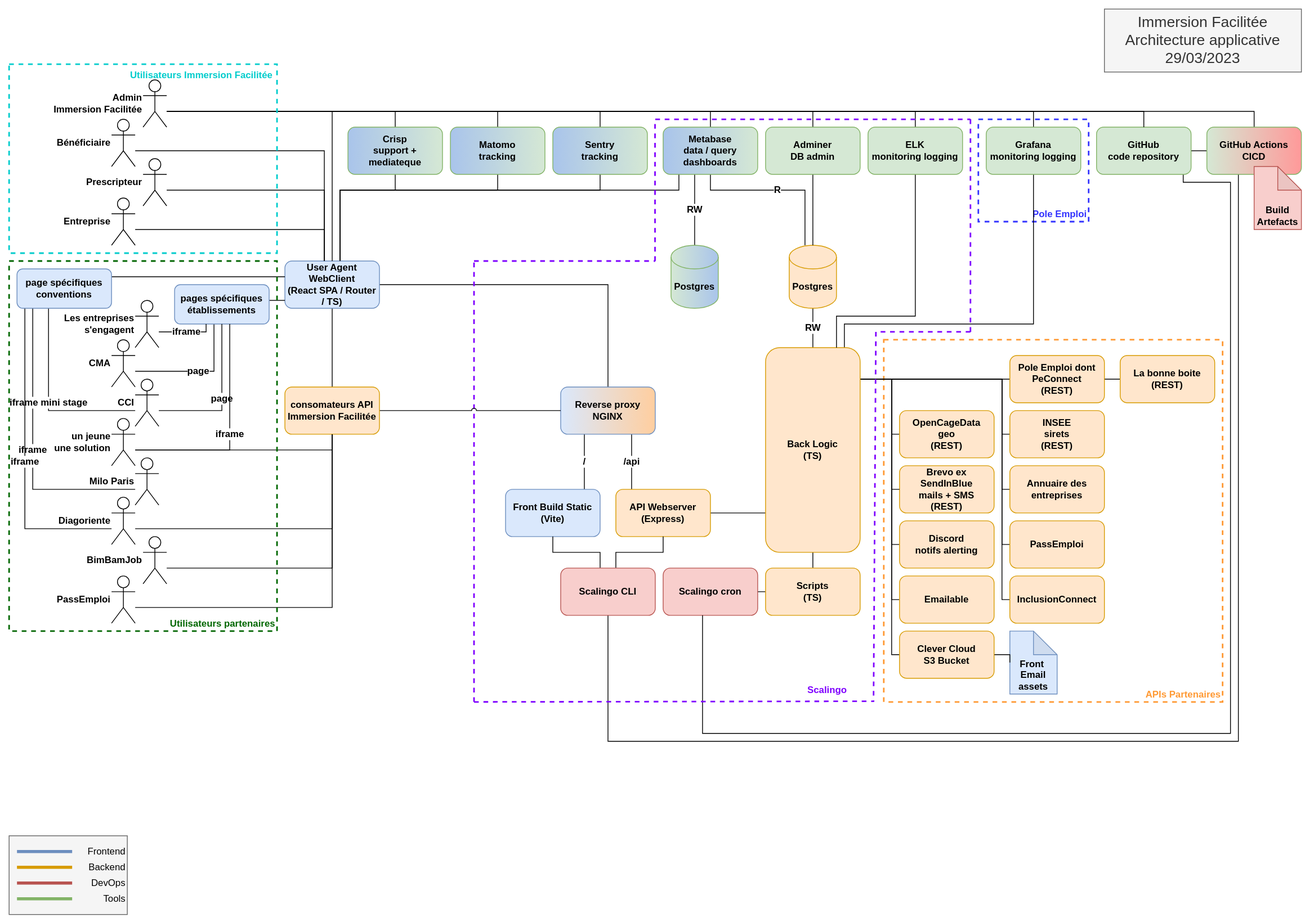
Above: doc/adr/application-architecture.svg in gip-inclusion/immersion-facile (draw.io), before the change. Source tidied: cells renumbered, new cells last; positions are measured from the earlier drawing's top-left corner, leaving out a move shared by most shapes.
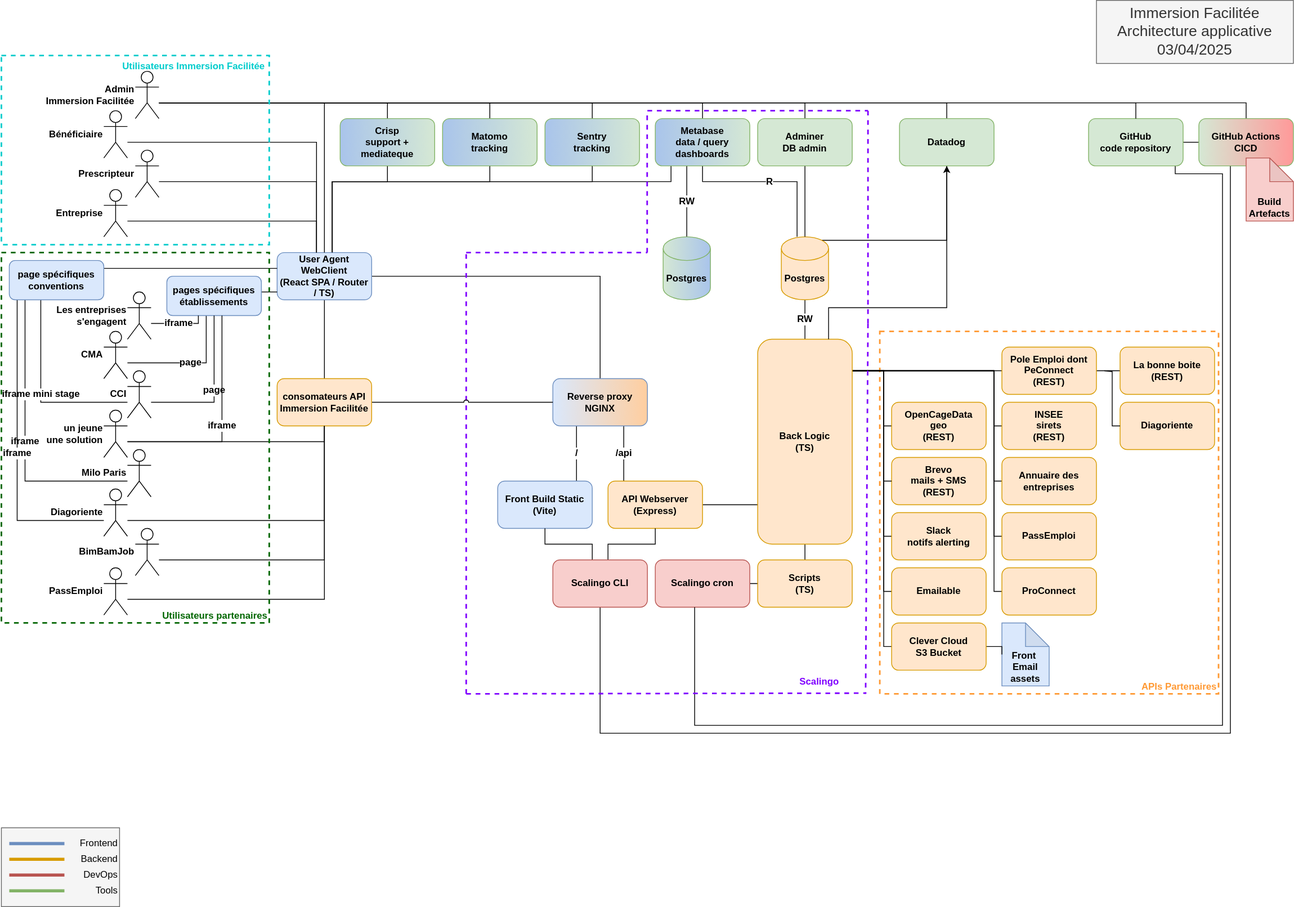
Later version of the same file.

Commit message:
update applaction-architecture schema

Change to the diagram source:
```diff
@@ -2,11 +2,8 @@
   <root>
     <mxCell id="0" />
     <mxCell id="1" parent="0" />
-    <mxCell id="2" value="Pole Emploi" style="rounded=0;whiteSpace=wrap;html=1;dashed=1;strokeColor=#3333FF;strokeWidth=2;fontSize=12;fontColor=#3333FF;fillColor=none;align=right;verticalAlign=bottom;fontStyle=1;" parent="1" vertex="1">
-      <mxGeometry x="1230" y="140" width="140" height="130" as="geometry" />
-    </mxCell>
     <mxCell id="3" value="APIs Partenaires" style="rounded=0;whiteSpace=wrap;html=1;dashed=1;strokeColor=#FF9933;strokeWidth=2;fontSize=12;fontColor=#FF9933;fillColor=none;align=right;verticalAlign=bottom;fontStyle=1;" parent="1" vertex="1">
-      <mxGeometry x="1110" y="420" width="430" height="460" as="geometry" />
+      <mxGeometry x="1115" y="420" width="430" height="460" as="geometry" />
     </mxCell>
     <mxCell id="4" style="edgeStyle=orthogonalEdgeStyle;rounded=0;jettySize=auto;html=1;endArrow=none;endFill=0;fontSize=12;fontStyle=1;" parent="1" edge="1" source="9" target="12">
       <mxGeometry relative="1" as="geometry">
@@ -126,12 +123,12 @@
       <mxGeometry x="1270" y="440" width="120" height="60" as="geometry" />
     </mxCell>
     <mxCell id="24" value="La bonne boite&lt;br style=&quot;font-size: 12px;&quot;&gt;(REST)" style="rounded=1;whiteSpace=wrap;html=1;fontSize=12;fontStyle=1;fillColor=#ffe6cc;strokeColor=#d79b00;" parent="1" vertex="1">
-      <mxGeometry x="1410" y="440" width="120" height="60" as="geometry" />
+      <mxGeometry x="1420" y="440" width="120" height="60" as="geometry" />
     </mxCell>
     <mxCell id="25" value="OpenCageData&lt;br style=&quot;font-size: 12px;&quot;&gt;geo&lt;br style=&quot;font-size: 12px;&quot;&gt;(REST)" style="rounded=1;whiteSpace=wrap;html=1;fontSize=12;fontStyle=1;fillColor=#ffe6cc;strokeColor=#d79b00;" parent="1" vertex="1">
       <mxGeometry x="1130" y="510" width="120" height="60" as="geometry" />
     </mxCell>
-    <mxCell id="26" value="Brevo ex SendInBlue&lt;br style=&quot;font-size: 12px;&quot;&gt;mails + SMS&lt;br style=&quot;font-size: 12px;&quot;&gt;(REST)" style="rounded=1;whiteSpace=wrap;html=1;fontSize=12;fontStyle=1;fillColor=#ffe6cc;strokeColor=#d79b00;" parent="1" vertex="1">
+    <mxCell id="26" value="Brevo&lt;br style=&quot;font-size: 12px;&quot;&gt;mails + SMS&lt;br style=&quot;font-size: 12px;&quot;&gt;(REST)" style="rounded=1;whiteSpace=wrap;html=1;fontSize=12;fontStyle=1;fillColor=#ffe6cc;strokeColor=#d79b00;" parent="1" vertex="1">
       <mxGeometry x="1130" y="580" width="120" height="60" as="geometry" />
     </mxCell>
     <mxCell id="27" style="edgeStyle=orthogonalEdgeStyle;rounded=0;jettySize=auto;html=1;endArrow=none;endFill=0;fontSize=12;fontStyle=1;" parent="1" edge="1" source="28" target="30">
@@ -182,14 +179,6 @@
         </Array>
       </mxGeometry>
     </mxCell>
-    <mxCell id="35" style="edgeStyle=orthogonalEdgeStyle;rounded=0;jettySize=auto;html=1;strokeColor=#000000;strokeWidth=1;fontSize=12;fontColor=#000000;endArrow=none;endFill=0;fontStyle=1;" parent="1" edge="1" source="41" target="84">
-      <mxGeometry relative="1" as="geometry">
-        <Array as="points">
-          <mxPoint x="1060" y="400" />
-          <mxPoint x="1300" y="400" />
-        </Array>
-      </mxGeometry>
-    </mxCell>
     <mxCell id="36" style="edgeStyle=orthogonalEdgeStyle;rounded=0;jumpStyle=arc;jettySize=auto;html=1;strokeColor=#000000;strokeWidth=1;fontSize=12;fontColor=#7F00FF;endArrow=none;endFill=0;fontStyle=1;" parent="1" edge="1" source="41" target="86">
       <mxGeometry relative="1" as="geometry">
         <Array as="points">
@@ -264,7 +253,7 @@
     <mxCell id="46" style="edgeStyle=orthogonalEdgeStyle;rounded=0;jettySize=auto;html=1;endArrow=none;endFill=0;fontSize=12;fontStyle=1;" parent="1" edge="1" source="51" target="62">
       <mxGeometry relative="1" as="geometry">
         <Array as="points">
-          <mxPoint x="1150" y="130" />
+          <mxPoint x="1200" y="130" />
         </Array>
       </mxGeometry>
     </mxCell>
@@ -282,13 +271,6 @@
         </Array>
       </mxGeometry>
     </mxCell>
-    <mxCell id="49" style="edgeStyle=orthogonalEdgeStyle;rounded=0;jettySize=auto;html=1;strokeColor=#000000;strokeWidth=1;fontSize=12;fontColor=#000000;endArrow=none;endFill=0;fontStyle=1;" parent="1" edge="1" source="51" target="84">
-      <mxGeometry relative="1" as="geometry">
-        <Array as="points">
-          <mxPoint x="1300" y="130" />
-        </Array>
-      </mxGeometry>
-    </mxCell>
     <mxCell id="50" style="edgeStyle=orthogonalEdgeStyle;rounded=0;jumpStyle=arc;jettySize=auto;html=1;strokeColor=#000000;strokeWidth=1;fontSize=12;fontColor=#000000;endArrow=none;endFill=0;fontStyle=1;" parent="1" edge="1" source="51" target="74">
       <mxGeometry relative="1" as="geometry">
         <Array as="points">
@@ -345,17 +327,20 @@
     <mxCell id="60" value="INSEE&lt;br style=&quot;font-size: 12px;&quot;&gt;sirets&lt;br style=&quot;font-size: 12px;&quot;&gt;(REST)" style="rounded=1;whiteSpace=wrap;html=1;fontSize=12;fontStyle=1;fillColor=#ffe6cc;strokeColor=#d79b00;" parent="1" vertex="1">
       <mxGeometry x="1270" y="510" width="120" height="60" as="geometry" />
     </mxCell>
-    <mxCell id="61" style="edgeStyle=orthogonalEdgeStyle;rounded=0;jettySize=auto;html=1;endArrow=none;endFill=0;fontSize=12;fontStyle=1;" parent="1" edge="1" source="62" target="41">
+    <mxCell id="61" style="edgeStyle=orthogonalEdgeStyle;rounded=0;jettySize=auto;html=1;endArrow=none;endFill=0;fontSize=12;fontStyle=1;exitX=0.5;exitY=1;exitDx=0;exitDy=0;" parent="1" edge="1" source="62" target="41">
       <mxGeometry relative="1" as="geometry">
         <Array as="points">
-          <mxPoint x="1150" y="390" />
+          <mxPoint x="1200" y="390" />
           <mxPoint x="1050" y="390" />
         </Array>
       </mxGeometry>
     </mxCell>
-    <mxCell id="62" value="ELK&lt;br style=&quot;font-size: 12px;&quot;&gt;monitoring logging" style="rounded=1;whiteSpace=wrap;html=1;fontSize=12;fontStyle=1;fillColor=#d5e8d4;strokeColor=#82b366;" parent="1" vertex="1">
-      <mxGeometry x="1090" y="150" width="120" height="60" as="geometry" />
+    <mxCell id="62" value="Datadog&lt;br style=&quot;font-size: 12px;&quot;&gt;" style="rounded=1;whiteSpace=wrap;html=1;fontSize=12;fontStyle=1;fillColor=#d5e8d4;strokeColor=#82b366;" parent="1" vertex="1">
+      <mxGeometry x="1140" y="150" width="120" height="60" as="geometry" />
     </mxCell>
+    <mxCell id="133" style="edgeStyle=orthogonalEdgeStyle;rounded=0;jettySize=auto;html=1;exitX=0.855;exitY=0;exitDx=0;exitDy=4.35;exitPerimeter=0;entryX=0.5;entryY=1;entryDx=0;entryDy=0;" parent="1" edge="1" source="63" target="62">
+      <mxGeometry relative="1" as="geometry" />
+    </mxCell>
     <mxCell id="63" value="Postgres" style="shape=cylinder3;whiteSpace=wrap;html=1;boundedLbl=1;backgroundOutline=1;size=15;fontSize=12;fontStyle=1;fillColor=#ffe6cc;strokeColor=#d79b00;" parent="1" vertex="1">
       <mxGeometry x="990" y="300" width="60" height="80" as="geometry" />
     </mxCell>
@@ -369,7 +354,7 @@
     <mxCell id="65" value="Adminer&lt;br&gt;DB admin" style="rounded=1;whiteSpace=wrap;html=1;fontSize=12;fontStyle=1;fillColor=#d5e8d4;strokeColor=#82b366;" parent="1" vertex="1">
       <mxGeometry x="960" y="150" width="120" height="60" as="geometry" />
     </mxCell>
-    <mxCell id="66" value="Discord&lt;br style=&quot;font-size: 12px;&quot;&gt;notifs alerting" style="rounded=1;whiteSpace=wrap;html=1;fontSize=12;fontStyle=1;fillColor=#ffe6cc;strokeColor=#d79b00;" parent="1" vertex="1">
+    <mxCell id="66" value="Slack&lt;br style=&quot;font-size: 12px;&quot;&gt;notifs alerting" style="rounded=1;whiteSpace=wrap;html=1;fontSize=12;fontStyle=1;fillColor=#ffe6cc;strokeColor=#d79b00;" parent="1" vertex="1">
       <mxGeometry x="1130" y="650" width="120" height="60" as="geometry" />
     </mxCell>
     <mxCell id="67" value="Postgres" style="shape=cylinder3;whiteSpace=wrap;html=1;boundedLbl=1;backgroundOutline=1;size=15;fontSize=12;fontStyle=1;fillColor=#d5e8d4;strokeColor=#82b366;gradientDirection=east;gradientColor=#A9C4EB;" parent="1" vertex="1">
@@ -450,21 +435,15 @@
     <mxCell id="79" style="endArrow=none;dashed=1;html=1;rounded=0;strokeWidth=2;strokeColor=#7F00FF;fontColor=#7F00FF;fontSize=12;fontStyle=1;" parent="1" edge="1">
       <mxGeometry relative="1" as="geometry">
         <mxPoint x="820" y="140" as="sourcePoint" />
-        <mxPoint x="1220" y="140" as="targetPoint" />
+        <mxPoint x="1100" y="140" as="targetPoint" />
       </mxGeometry>
     </mxCell>
     <mxCell id="80" style="endArrow=none;dashed=1;html=1;rounded=0;strokeWidth=2;strokeColor=#7F00FF;fontColor=#7F00FF;fontSize=12;fontStyle=1;" parent="1" edge="1">
       <mxGeometry relative="1" as="geometry">
-        <mxPoint x="1220" y="140" as="sourcePoint" />
-        <mxPoint x="1220" y="410" as="targetPoint" />
+        <mxPoint x="1100" y="140" as="sourcePoint" />
+        <mxPoint x="1100" y="410" as="targetPoint" />
       </mxGeometry>
     </mxCell>
-    <mxCell id="81" style="endArrow=none;dashed=1;html=1;rounded=0;strokeWidth=2;strokeColor=#7F00FF;fontColor=#7F00FF;fontSize=12;fontStyle=1;" parent="1" edge="1">
-      <mxGeometry relative="1" as="geometry">
-        <mxPoint x="1220" y="410" as="sourcePoint" />
-        <mxPoint x="1100" y="410" as="targetPoint" />
-      </mxGeometry>
-    </mxCell>
     <mxCell id="82" style="endArrow=none;dashed=1;html=1;rounded=0;strokeWidth=2;strokeColor=#7F00FF;fontColor=#7F00FF;fontSize=12;fontStyle=1;entryX=1;entryY=1;entryDx=0;entryDy=0;" parent="1" edge="1" target="83">
       <mxGeometry relative="1" as="geometry">
         <mxPoint x="1100" y="410" as="sourcePoint" />
@@ -473,9 +452,6 @@
     <mxCell id="83" value="Scalingo" style="text;html=1;strokeColor=none;fillColor=none;align=center;verticalAlign=middle;whiteSpace=wrap;rounded=0;dashed=1;dashPattern=1 1;strokeWidth=3;fontColor=#7F00FF;fontSize=12;fontStyle=1;" parent="1" vertex="1">
       <mxGeometry x="980" y="850" width="117" height="30" as="geometry" />
     </mxCell>
-    <mxCell id="84" value="Grafana&lt;br style=&quot;font-size: 12px;&quot;&gt;monitoring logging" style="rounded=1;whiteSpace=wrap;html=1;fontSize=12;fontStyle=1;fillColor=#d5e8d4;strokeColor=#82b366;" parent="1" vertex="1">
-      <mxGeometry x="1240" y="150" width="120" height="60" as="geometry" />
-    </mxCell>
     <mxCell id="85" value="Emailable" style="rounded=1;whiteSpace=wrap;html=1;fontSize=12;fontStyle=1;fillColor=#ffe6cc;strokeColor=#d79b00;" parent="1" vertex="1">
       <mxGeometry x="1130" y="720" width="120" height="60" as="geometry" />
     </mxCell>
@@ -636,7 +612,7 @@
     <mxCell id="116" value="PassEmploi" style="rounded=1;whiteSpace=wrap;html=1;fontSize=12;fontStyle=1;fillColor=#ffe6cc;strokeColor=#d79b00;" parent="1" vertex="1">
       <mxGeometry x="1270" y="650" width="120" height="60" as="geometry" />
     </mxCell>
-    <mxCell id="117" value="InclusionConnect" style="rounded=1;whiteSpace=wrap;html=1;fontSize=12;fontStyle=1;fillColor=#ffe6cc;strokeColor=#d79b00;" parent="1" vertex="1">
+    <mxCell id="117" value="ProConnect" style="rounded=1;whiteSpace=wrap;html=1;fontSize=12;fontStyle=1;fillColor=#ffe6cc;strokeColor=#d79b00;" parent="1" vertex="1">
       <mxGeometry x="1270" y="720" width="120" height="60" as="geometry" />
     </mxCell>
     <mxCell id="118" value="Build Artefacts" style="shape=note;whiteSpace=wrap;html=1;backgroundOutline=1;darkOpacity=0.05;strokeColor=#b85450;strokeWidth=1;fontSize=12;fillColor=#f8cecc;verticalAlign=bottom;fontStyle=1;" parent="1" vertex="1">
@@ -645,7 +621,7 @@
     <mxCell id="119" value="Prescripteur" style="shape=umlActor;verticalLabelPosition=middle;verticalAlign=middle;html=1;outlineConnect=0;labelPosition=left;align=right;fontSize=12;fontStyle=1;" parent="1" vertex="1">
       <mxGeometry x="170" y="190" width="30" height="60" as="geometry" />
     </mxCell>
-    <mxCell id="120" value="Immersion Facilitée&lt;br style=&quot;font-size: 19px;&quot;&gt;Architecture applicative&lt;br style=&quot;font-size: 19px;&quot;&gt;29/03/2023" style="rounded=0;whiteSpace=wrap;html=1;strokeColor=#666666;strokeWidth=1;fontSize=19;fontColor=#333333;fillColor=#f5f5f5;" parent="1" vertex="1">
+    <mxCell id="120" value="Immersion Facilitée&lt;br style=&quot;font-size: 19px;&quot;&gt;Architecture applicative&lt;br style=&quot;font-size: 19px;&quot;&gt;03/04/2025" style="rounded=0;whiteSpace=wrap;html=1;strokeColor=#666666;strokeWidth=1;fontSize=19;fontColor=#333333;fillColor=#f5f5f5;" parent="1" vertex="1">
       <mxGeometry x="1390" width="250" height="80" as="geometry" />
     </mxCell>
     <mxCell id="121" value="Utilisateurs Immersion Facilitée&amp;nbsp;" style="rounded=0;whiteSpace=wrap;html=1;dashed=1;strokeColor=#00CCCC;strokeWidth=2;fontSize=12;fontColor=#00CCCC;fillColor=none;align=right;verticalAlign=top;fontStyle=1;" parent="1" vertex="1">
@@ -692,5 +668,16 @@
     <mxCell id="132" value="Scalingo CLI" style="rounded=1;whiteSpace=wrap;html=1;fontSize=12;fontStyle=1;fillColor=#f8cecc;strokeColor=#b85450;" parent="1" vertex="1">
       <mxGeometry x="700" y="710" width="120" height="60" as="geometry" />
     </mxCell>
+    <mxCell id="134" value="Diagoriente" style="rounded=1;whiteSpace=wrap;html=1;fontSize=12;fontStyle=1;fillColor=#ffe6cc;strokeColor=#d79b00;" parent="1" vertex="1">
+      <mxGeometry x="1420" y="510" width="120" height="60" as="geometry" />
+    </mxCell>
+    <mxCell id="135" style="edgeStyle=orthogonalEdgeStyle;rounded=0;jettySize=auto;html=1;endArrow=none;endFill=0;fontSize=12;fontStyle=1;" parent="1" edge="1" target="134">
+      <mxGeometry relative="1" as="geometry">
+        <mxPoint x="1400" y="470" as="sourcePoint" />
+        <Array as="points">
+          <mxPoint x="1410" y="471" />
+        </Array>
+      </mxGeometry>
+    </mxCell>
   </root>
 </mxGraphModel>
```
